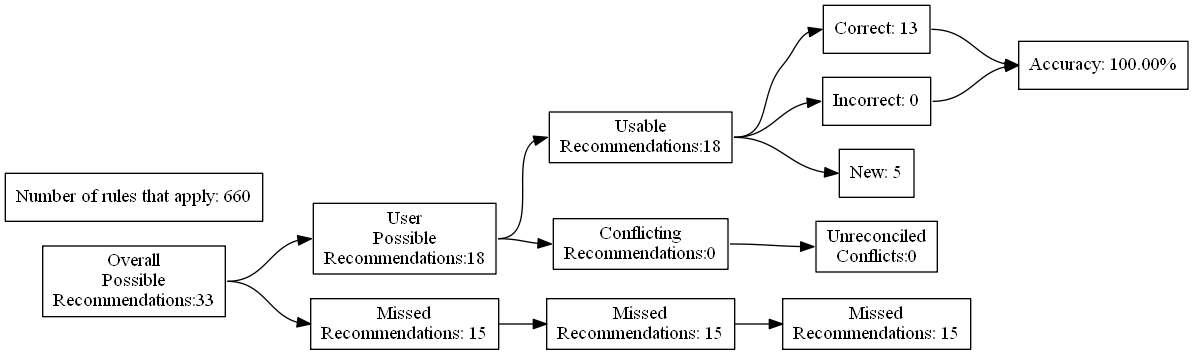
This is test_renders/109.gv.png from ZaxR/ibd_diet_analysis, a Graphviz export, as it was before one commit. Its source is kept beside it as test_renders/109.gv.
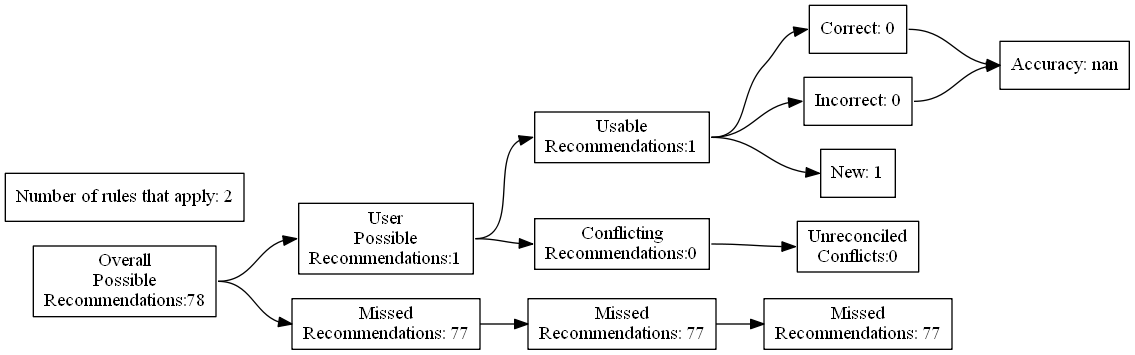
The same file after the commit.

What changed in the source:
```diff
@@ -4,27 +4,27 @@
 	edge [headport=w tailport=e]
 		A [label="Overall
 Possible
-Recommendations:33"]
+Recommendations:78"]
 		B [label="User
 Possible
-Recommendations:18"]
+Recommendations:1"]
 		C [label="Missed
-Recommendations: 15"]
+Recommendations: 77"]
 		D [label="Usable
-Recommendations:18"]
+Recommendations:1"]
 		E [label="Conflicting
 Recommendations:0"]
 		J [label="Missed
-Recommendations: 15"]
+Recommendations: 77"]
 		M [label="Unreconciled
 Conflicts:0"]
-		F [label="Correct: 13"]
+		F [label="Correct: 0"]
 		G [label="Incorrect: 0"]
-		H [label="New: 5"]
+		H [label="New: 1"]
 		K [label="Missed
-Recommendations: 15"]
-		I [label="Accuracy: 100.00%"]
-		l [label="Number of rules that apply: 660"]
+Recommendations: 77"]
+		I [label="Accuracy: nan"]
+		l [label="Number of rules that apply: 2"]
 			A -> B
 			A -> C
 			B -> D
```
